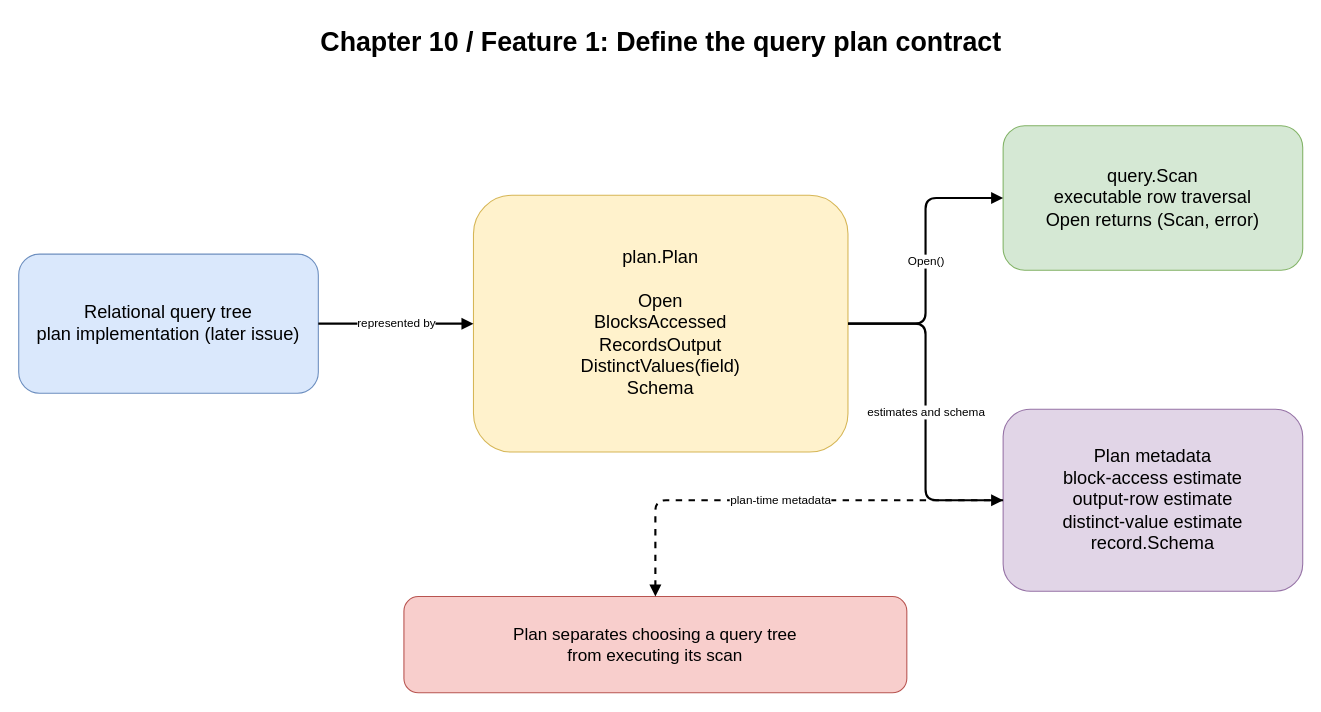
Before: docs/diagrams/ch10-plan-contract.drawio in Rwatana/simledb_in_go, a draw.io diagram. Source tidied: cells renumbered, new cells numbered last; positions are measured from the earlier drawing's top-left corner, leaving out a move shared by most shapes. Both pictures are drawn from the tidied source at 107%, with x=0, y=0 at pixel (18, 18).
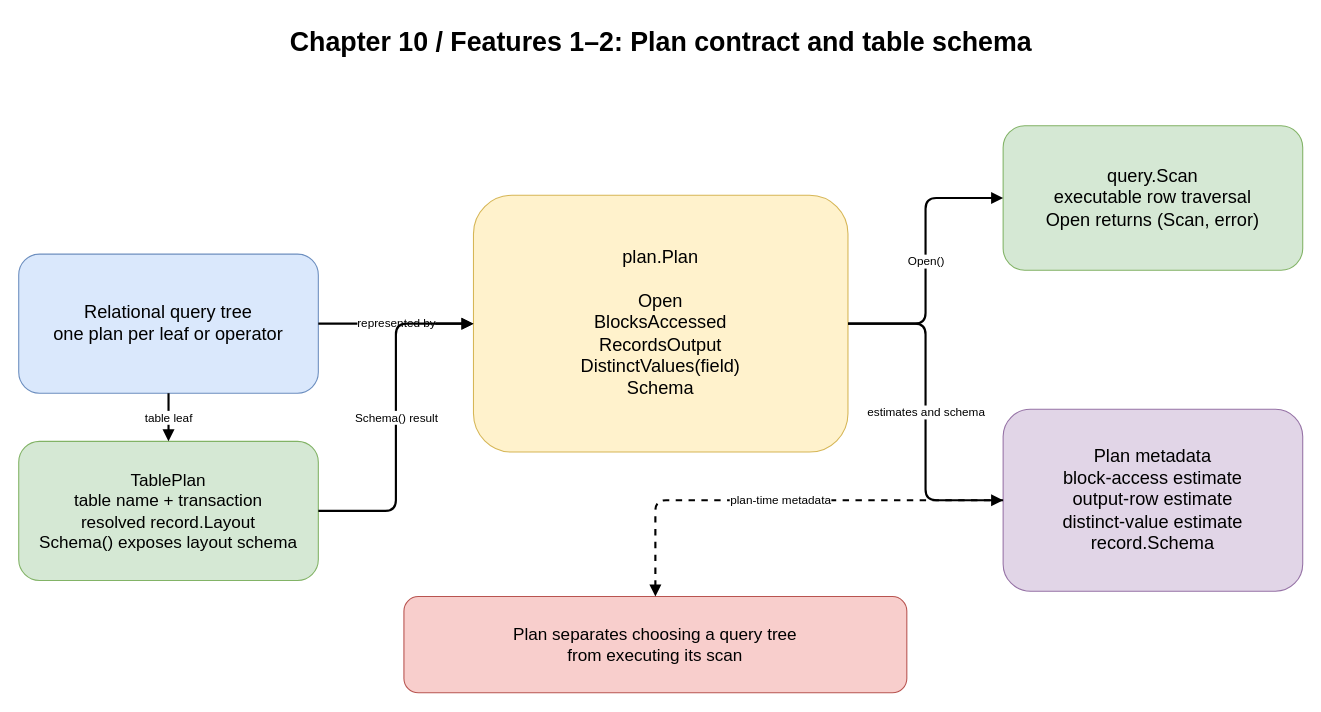
The same diagram, later.

Commit message (it also covers changes not shown here):
feat: add table plan schema

Change to the diagram source:
```diff
@@
 <mxGraphModel>
   <root>
     <mxCell id="0" />
     <mxCell id="1" parent="0" />
-    <mxCell id="2" value="Chapter 10 / Feature 1: Define the query plan contract" style="text;html=1;align=center;fontSize=25;fontStyle=1;" parent="1" vertex="1">
+    <mxCell id="2" value="Chapter 10 / Features 1–2: Plan contract and table schema" style="text;html=1;align=center;fontSize=25;fontStyle=1;" parent="1" vertex="1">
       <mxGeometry x="100" width="1000" height="55" as="geometry" />
     </mxCell>
-    <mxCell id="3" value="Relational query tree&#10;plan implementation (later issue)" style="rounded=1;whiteSpace=wrap;html=1;fillColor=#dae8fc;strokeColor=#6c8ebf;fontSize=17;" parent="1" vertex="1">
+    <mxCell id="3" value="Relational query tree&#10;one plan per leaf or operator" style="rounded=1;whiteSpace=wrap;html=1;fillColor=#dae8fc;strokeColor=#6c8ebf;fontSize=17;" parent="1" vertex="1">
       <mxGeometry y="220" width="280" height="130" as="geometry" />
     </mxCell>
+    <mxCell id="12" value="TablePlan&#10;table name + transaction&#10;resolved record.Layout&#10;Schema() exposes layout schema" style="rounded=1;whiteSpace=wrap;html=1;fillColor=#d5e8d4;strokeColor=#82b366;fontSize=16;" parent="1" vertex="1">
+      <mxGeometry y="395" width="280" height="130" as="geometry" />
+    </mxCell>
     <mxCell id="4" value="plan.Plan&#10;&#10;Open&#10;BlocksAccessed&#10;RecordsOutput&#10;DistinctValues(field)&#10;Schema" style="rounded=1;whiteSpace=wrap;html=1;fillColor=#fff2cc;strokeColor=#d6b656;fontSize=17;" parent="1" vertex="1">
       <mxGeometry x="425" y="165" width="350" height="240" as="geometry" />
     </mxCell>
     <mxCell id="5" value="query.Scan&#10;executable row traversal&#10;Open returns (Scan, error)" style="rounded=1;whiteSpace=wrap;html=1;fillColor=#d5e8d4;strokeColor=#82b366;fontSize=17;" parent="1" vertex="1">
       <mxGeometry x="920" y="100" width="280" height="135" as="geometry" />
     </mxCell>
     <mxCell id="6" value="Plan metadata&#10;block-access estimate&#10;output-row estimate&#10;distinct-value estimate&#10;record.Schema" style="rounded=1;whiteSpace=wrap;html=1;fillColor=#e1d5e7;strokeColor=#9673a6;fontSize=17;" parent="1" vertex="1">
       <mxGeometry x="920" y="365" width="280" height="170" as="geometry" />
     </mxCell>
     <mxCell id="7" value="Plan separates choosing a query tree&#10;from executing its scan" style="rounded=1;whiteSpace=wrap;html=1;fillColor=#f8cecc;strokeColor=#b85450;fontSize=16;" parent="1" vertex="1">
       <mxGeometry x="360" y="540" width="470" height="90" as="geometry" />
     </mxCell>
     <mxCell id="8" value="represented by" style="edgeStyle=orthogonalEdgeStyle;html=1;endArrow=block;strokeWidth=2;" parent="1" edge="1" source="3" target="4">
       <mxGeometry relative="1" as="geometry" />
     </mxCell>
+    <mxCell id="13" value="table leaf" style="edgeStyle=orthogonalEdgeStyle;html=1;endArrow=block;strokeWidth=2;" parent="1" edge="1" source="3" target="12">
+      <mxGeometry relative="1" as="geometry" />
+    </mxCell>
+    <mxCell id="14" value="Schema() result" style="edgeStyle=orthogonalEdgeStyle;html=1;endArrow=block;strokeWidth=2;" parent="1" edge="1" source="12" target="4">
+      <mxGeometry relative="1" as="geometry" />
+    </mxCell>
     <mxCell id="9" value="Open()" style="edgeStyle=orthogonalEdgeStyle;html=1;endArrow=block;strokeWidth=2;" parent="1" edge="1" source="4" target="5">
       <mxGeometry relative="1" as="geometry" />
     </mxCell>
     <mxCell id="10" value="estimates and schema" style="edgeStyle=orthogonalEdgeStyle;html=1;endArrow=block;strokeWidth=2;" parent="1" edge="1" source="4" target="6">
       <mxGeometry relative="1" as="geometry" />
     </mxCell>
     <mxCell id="11" value="plan-time metadata" style="edgeStyle=orthogonalEdgeStyle;html=1;endArrow=block;strokeWidth=2;dashed=1;" parent="1" edge="1" source="6" target="7">
       <mxGeometry relative="1" as="geometry" />
     </mxCell>
   </root>
 </mxGraphModel>
```
